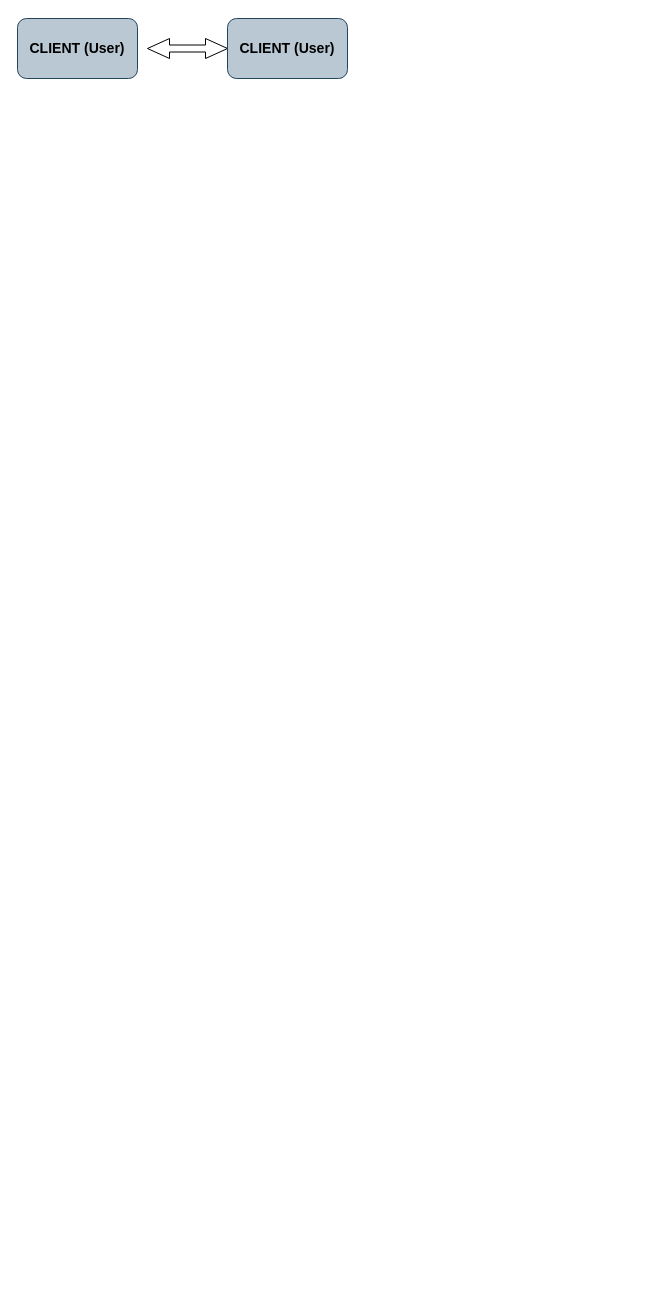
Above: Implementation of Payment Gateway.drawio in COSYBANANA63/Payment-Gateway-Diagram (draw.io), before the change. Source tidied: cells renumbered, new cells numbered last; positions are measured from the earlier drawing's top-left corner, leaving out a move shared by most shapes. Both pictures are drawn from the tidied source at 100%, with x=0, y=0 at pixel (17, 18).
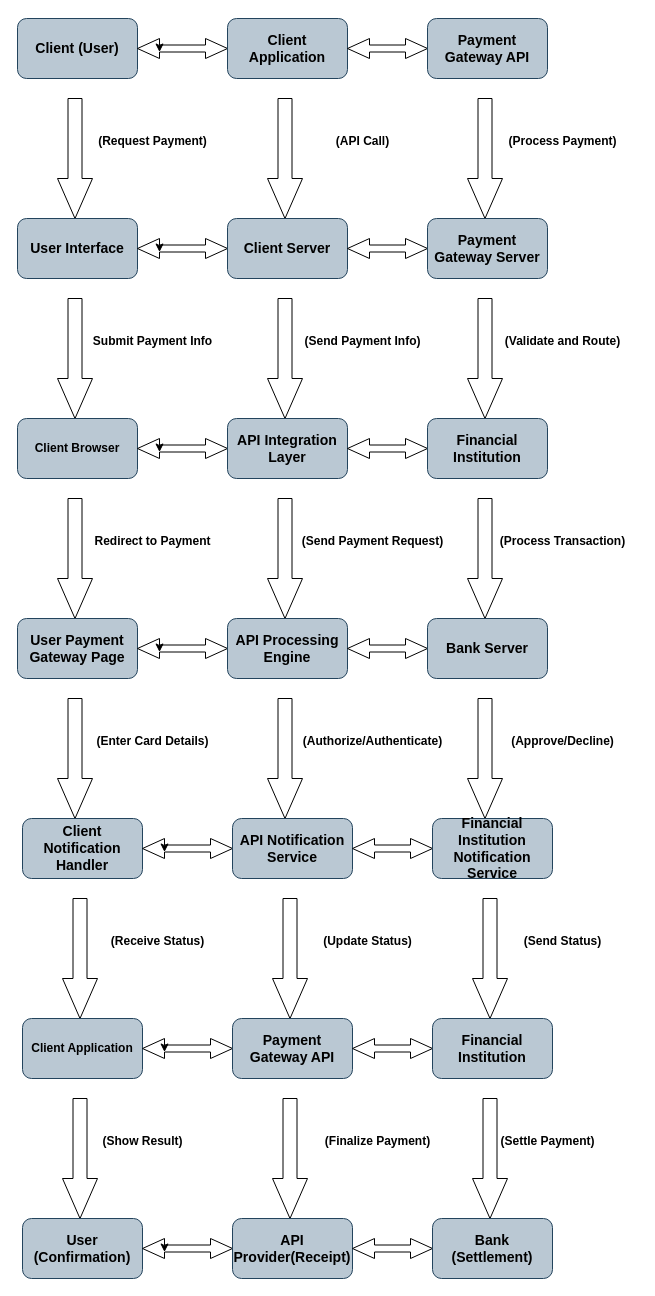
The same page after the edit.

Diff of the diagram source:
```diff
@@
-    <mxCell id="2" value="&lt;h3&gt;CLIENT (User)&lt;/h3&gt;" style="rounded=1;whiteSpace=wrap;html=1;fillColor=#bac8d3;strokeColor=#23445d;" parent="1" vertex="1">
+    <mxCell id="2" value="&lt;h3&gt;Client (User)&lt;/h3&gt;" style="rounded=1;whiteSpace=wrap;html=1;fillColor=#bac8d3;strokeColor=#23445d;" parent="1" vertex="1">
       <mxGeometry width="120" height="60" as="geometry" />
     </mxCell>
     <mxCell id="3" style="html=1;shadow=0;dashed=0;align=center;verticalAlign=middle;shape=mxgraph.arrows2.twoWayArrow;dy=0.65;dx=22;" parent="1" vertex="1">
-      <mxGeometry x="130" y="20" width="80" height="20" as="geometry" />
+      <mxGeometry x="120" y="20" width="90" height="20" as="geometry" />
     </mxCell>
-    <mxCell id="4" value="&lt;h3&gt;CLIENT (User)&lt;/h3&gt;" style="rounded=1;whiteSpace=wrap;html=1;fillColor=#bac8d3;strokeColor=#23445d;" parent="1" vertex="1">
+    <mxCell id="4" value="&lt;h3&gt;Client Application&lt;/h3&gt;" style="rounded=1;whiteSpace=wrap;html=1;fillColor=#bac8d3;strokeColor=#23445d;" parent="1" vertex="1">
       <mxGeometry x="210" width="120" height="60" as="geometry" />
     </mxCell>
+    <mxCell id="5" style="edgeStyle=orthogonalEdgeStyle;rounded=0;orthogonalLoop=1;jettySize=auto;html=1;exitX=0;exitY=0;exitDx=22;exitDy=6.5;exitPerimeter=0;entryX=0;entryY=0;entryDx=22;entryDy=13.5;entryPerimeter=0;" parent="1" edge="1" source="3" target="3">
+      <mxGeometry relative="1" as="geometry" />
+    </mxCell>
+    <mxCell id="6" style="html=1;shadow=0;dashed=0;align=center;verticalAlign=middle;shape=mxgraph.arrows2.twoWayArrow;dy=0.65;dx=22;" parent="1" vertex="1">
+      <mxGeometry x="330" y="20" width="80" height="20" as="geometry" />
+    </mxCell>
+    <mxCell id="7" value="&lt;h3&gt;Payment Gateway API&lt;/h3&gt;" style="rounded=1;whiteSpace=wrap;html=1;fillColor=#bac8d3;strokeColor=#23445d;" parent="1" vertex="1">
+      <mxGeometry x="410" width="120" height="60" as="geometry" />
+    </mxCell>
+    <mxCell id="8" style="html=1;shadow=0;dashed=0;align=center;verticalAlign=middle;shape=mxgraph.arrows2.arrow;dy=0.6;dx=40;direction=south;notch=0;" parent="1" vertex="1">
+      <mxGeometry x="40" y="80" width="35" height="120" as="geometry" />
+    </mxCell>
+    <mxCell id="9" value="&lt;b&gt;(Request Payment)&lt;/b&gt;" style="text;html=1;align=center;verticalAlign=middle;strokeColor=none;fillColor=none;" parent="1" vertex="1">
+      <mxGeometry x="70" y="108" width="130" height="30" as="geometry" />
+    </mxCell>
+    <mxCell id="10" style="html=1;shadow=0;dashed=0;align=center;verticalAlign=middle;shape=mxgraph.arrows2.arrow;dy=0.6;dx=40;direction=south;notch=0;" parent="1" vertex="1">
+      <mxGeometry x="250" y="80" width="35" height="120" as="geometry" />
+    </mxCell>
+    <mxCell id="11" value="&lt;b&gt;(API Call)&lt;/b&gt;" style="text;html=1;align=center;verticalAlign=middle;strokeColor=none;fillColor=none;" parent="1" vertex="1">
+      <mxGeometry x="305" y="108" width="80" height="30" as="geometry" />
+    </mxCell>
+    <mxCell id="12" style="html=1;shadow=0;dashed=0;align=center;verticalAlign=middle;shape=mxgraph.arrows2.arrow;dy=0.6;dx=40;direction=south;notch=0;" parent="1" vertex="1">
+      <mxGeometry x="450" y="80" width="35" height="120" as="geometry" />
+    </mxCell>
+    <mxCell id="13" value="&lt;b&gt;(Process Payment)&lt;/b&gt;" style="text;html=1;align=center;verticalAlign=middle;strokeColor=none;fillColor=none;" parent="1" vertex="1">
+      <mxGeometry x="480" y="108" width="130" height="30" as="geometry" />
+    </mxCell>
+    <mxCell id="14" value="&lt;h3&gt;User Interface&lt;/h3&gt;" style="rounded=1;whiteSpace=wrap;html=1;fillColor=#bac8d3;strokeColor=#23445d;" parent="1" vertex="1">
+      <mxGeometry y="200" width="120" height="60" as="geometry" />
+    </mxCell>
+    <mxCell id="15" style="html=1;shadow=0;dashed=0;align=center;verticalAlign=middle;shape=mxgraph.arrows2.twoWayArrow;dy=0.65;dx=22;" parent="1" vertex="1">
+      <mxGeometry x="120" y="220" width="90" height="20" as="geometry" />
+    </mxCell>
+    <mxCell id="16" value="&lt;h3&gt;Client Server&lt;/h3&gt;" style="rounded=1;whiteSpace=wrap;html=1;fillColor=#bac8d3;strokeColor=#23445d;" parent="1" vertex="1">
+      <mxGeometry x="210" y="200" width="120" height="60" as="geometry" />
+    </mxCell>
+    <mxCell id="17" style="edgeStyle=orthogonalEdgeStyle;rounded=0;orthogonalLoop=1;jettySize=auto;html=1;exitX=0;exitY=0;exitDx=22;exitDy=6.5;exitPerimeter=0;entryX=0;entryY=0;entryDx=22;entryDy=13.5;entryPerimeter=0;" parent="1" edge="1" source="15" target="15">
+      <mxGeometry relative="1" as="geometry" />
+    </mxCell>
+    <mxCell id="18" style="html=1;shadow=0;dashed=0;align=center;verticalAlign=middle;shape=mxgraph.arrows2.twoWayArrow;dy=0.65;dx=22;" parent="1" vertex="1">
+      <mxGeometry x="330" y="220" width="80" height="20" as="geometry" />
+    </mxCell>
+    <mxCell id="19" value="&lt;h3&gt;Payment Gateway Server&lt;/h3&gt;" style="rounded=1;whiteSpace=wrap;html=1;fillColor=#bac8d3;strokeColor=#23445d;" parent="1" vertex="1">
+      <mxGeometry x="410" y="200" width="120" height="60" as="geometry" />
+    </mxCell>
+    <mxCell id="20" style="html=1;shadow=0;dashed=0;align=center;verticalAlign=middle;shape=mxgraph.arrows2.arrow;dy=0.6;dx=40;direction=south;notch=0;" parent="1" vertex="1">
+      <mxGeometry x="40" y="280" width="35" height="120" as="geometry" />
+    </mxCell>
+    <mxCell id="21" value="&lt;b&gt;Submit Payment Info&lt;/b&gt;" style="text;html=1;align=center;verticalAlign=middle;strokeColor=none;fillColor=none;" parent="1" vertex="1">
+      <mxGeometry x="65" y="308" width="140" height="30" as="geometry" />
+    </mxCell>
+    <mxCell id="22" style="html=1;shadow=0;dashed=0;align=center;verticalAlign=middle;shape=mxgraph.arrows2.arrow;dy=0.6;dx=40;direction=south;notch=0;" parent="1" vertex="1">
+      <mxGeometry x="250" y="280" width="35" height="120" as="geometry" />
+    </mxCell>
+    <mxCell id="23" value="&lt;b&gt;(Send Payment Info)&lt;/b&gt;" style="text;html=1;align=center;verticalAlign=middle;strokeColor=none;fillColor=none;" parent="1" vertex="1">
+      <mxGeometry x="275" y="308" width="140" height="30" as="geometry" />
+    </mxCell>
+    <mxCell id="24" style="html=1;shadow=0;dashed=0;align=center;verticalAlign=middle;shape=mxgraph.arrows2.arrow;dy=0.6;dx=40;direction=south;notch=0;" parent="1" vertex="1">
+      <mxGeometry x="450" y="280" width="35" height="120" as="geometry" />
+    </mxCell>
+    <mxCell id="25" value="&lt;b&gt;(Validate and Route)&lt;/b&gt;" style="text;html=1;align=center;verticalAlign=middle;strokeColor=none;fillColor=none;" parent="1" vertex="1">
+      <mxGeometry x="475" y="308" width="140" height="30" as="geometry" />
+    </mxCell>
+    <mxCell id="26" value="&lt;b&gt;Client Browser&lt;/b&gt;" style="rounded=1;whiteSpace=wrap;html=1;fillColor=#bac8d3;strokeColor=#23445d;" parent="1" vertex="1">
+      <mxGeometry y="400" width="120" height="60" as="geometry" />
+    </mxCell>
+    <mxCell id="27" style="html=1;shadow=0;dashed=0;align=center;verticalAlign=middle;shape=mxgraph.arrows2.twoWayArrow;dy=0.65;dx=22;" parent="1" vertex="1">
+      <mxGeometry x="120" y="420" width="90" height="20" as="geometry" />
+    </mxCell>
+    <mxCell id="28" value="&lt;h3&gt;API Integration Layer&lt;/h3&gt;" style="rounded=1;whiteSpace=wrap;html=1;fillColor=#bac8d3;strokeColor=#23445d;" parent="1" vertex="1">
+      <mxGeometry x="210" y="400" width="120" height="60" as="geometry" />
+    </mxCell>
+    <mxCell id="29" style="edgeStyle=orthogonalEdgeStyle;rounded=0;orthogonalLoop=1;jettySize=auto;html=1;exitX=0;exitY=0;exitDx=22;exitDy=6.5;exitPerimeter=0;entryX=0;entryY=0;entryDx=22;entryDy=13.5;entryPerimeter=0;" parent="1" edge="1" source="27" target="27">
+      <mxGeometry relative="1" as="geometry" />
+    </mxCell>
+    <mxCell id="30" style="html=1;shadow=0;dashed=0;align=center;verticalAlign=middle;shape=mxgraph.arrows2.twoWayArrow;dy=0.65;dx=22;" parent="1" vertex="1">
+      <mxGeometry x="330" y="420" width="80" height="20" as="geometry" />
+    </mxCell>
+    <mxCell id="31" value="&lt;h3&gt;Financial Institution&lt;/h3&gt;" style="rounded=1;whiteSpace=wrap;html=1;fillColor=#bac8d3;strokeColor=#23445d;" parent="1" vertex="1">
+      <mxGeometry x="410" y="400" width="120" height="60" as="geometry" />
+    </mxCell>
+    <mxCell id="32" style="html=1;shadow=0;dashed=0;align=center;verticalAlign=middle;shape=mxgraph.arrows2.arrow;dy=0.6;dx=40;direction=south;notch=0;" parent="1" vertex="1">
+      <mxGeometry x="40" y="480" width="35" height="120" as="geometry" />
+    </mxCell>
+    <mxCell id="33" value="&lt;b&gt;Redirect to Payment&lt;/b&gt;" style="text;html=1;align=center;verticalAlign=middle;strokeColor=none;fillColor=none;" parent="1" vertex="1">
+      <mxGeometry x="65" y="508" width="140" height="30" as="geometry" />
+    </mxCell>
+    <mxCell id="34" style="html=1;shadow=0;dashed=0;align=center;verticalAlign=middle;shape=mxgraph.arrows2.arrow;dy=0.6;dx=40;direction=south;notch=0;" parent="1" vertex="1">
+      <mxGeometry x="250" y="480" width="35" height="120" as="geometry" />
+    </mxCell>
+    <mxCell id="35" value="&lt;b&gt;(Send Payment Request)&lt;/b&gt;" style="text;html=1;align=center;verticalAlign=middle;strokeColor=none;fillColor=none;" parent="1" vertex="1">
+      <mxGeometry x="275" y="508" width="160" height="30" as="geometry" />
+    </mxCell>
+    <mxCell id="36" style="html=1;shadow=0;dashed=0;align=center;verticalAlign=middle;shape=mxgraph.arrows2.arrow;dy=0.6;dx=40;direction=south;notch=0;" parent="1" vertex="1">
+      <mxGeometry x="450" y="480" width="35" height="120" as="geometry" />
+    </mxCell>
+    <mxCell id="37" value="&lt;b&gt;(Process Transaction)&lt;/b&gt;" style="text;html=1;align=center;verticalAlign=middle;strokeColor=none;fillColor=none;" parent="1" vertex="1">
+      <mxGeometry x="470" y="508" width="150" height="30" as="geometry" />
+    </mxCell>
+    <mxCell id="38" value="&lt;h3&gt;User Payment Gateway Page&lt;/h3&gt;" style="rounded=1;whiteSpace=wrap;html=1;fillColor=#bac8d3;strokeColor=#23445d;" parent="1" vertex="1">
+      <mxGeometry y="600" width="120" height="60" as="geometry" />
+    </mxCell>
+    <mxCell id="39" style="html=1;shadow=0;dashed=0;align=center;verticalAlign=middle;shape=mxgraph.arrows2.twoWayArrow;dy=0.65;dx=22;" parent="1" vertex="1">
+      <mxGeometry x="120" y="620" width="90" height="20" as="geometry" />
+    </mxCell>
+    <mxCell id="40" value="&lt;h3&gt;API Processing Engine&lt;/h3&gt;" style="rounded=1;whiteSpace=wrap;html=1;fillColor=#bac8d3;strokeColor=#23445d;" parent="1" vertex="1">
+      <mxGeometry x="210" y="600" width="120" height="60" as="geometry" />
+    </mxCell>
+    <mxCell id="41" style="edgeStyle=orthogonalEdgeStyle;rounded=0;orthogonalLoop=1;jettySize=auto;html=1;exitX=0;exitY=0;exitDx=22;exitDy=6.5;exitPerimeter=0;entryX=0;entryY=0;entryDx=22;entryDy=13.5;entryPerimeter=0;" parent="1" edge="1" source="39" target="39">
+      <mxGeometry relative="1" as="geometry" />
+    </mxCell>
+    <mxCell id="42" style="html=1;shadow=0;dashed=0;align=center;verticalAlign=middle;shape=mxgraph.arrows2.twoWayArrow;dy=0.65;dx=22;" parent="1" vertex="1">
+      <mxGeometry x="330" y="620" width="80" height="20" as="geometry" />
+    </mxCell>
+    <mxCell id="43" value="&lt;h3&gt;Bank Server&lt;/h3&gt;" style="rounded=1;whiteSpace=wrap;html=1;fillColor=#bac8d3;strokeColor=#23445d;" parent="1" vertex="1">
+      <mxGeometry x="410" y="600" width="120" height="60" as="geometry" />
+    </mxCell>
+    <mxCell id="44" style="html=1;shadow=0;dashed=0;align=center;verticalAlign=middle;shape=mxgraph.arrows2.arrow;dy=0.6;dx=40;direction=south;notch=0;" parent="1" vertex="1">
+      <mxGeometry x="40" y="680" width="35" height="120" as="geometry" />
+    </mxCell>
+    <mxCell id="45" value="&lt;b&gt;(Enter Card Details)&lt;/b&gt;" style="text;html=1;align=center;verticalAlign=middle;strokeColor=none;fillColor=none;" parent="1" vertex="1">
+      <mxGeometry x="65" y="708" width="140" height="30" as="geometry" />
+    </mxCell>
+    <mxCell id="46" style="html=1;shadow=0;dashed=0;align=center;verticalAlign=middle;shape=mxgraph.arrows2.arrow;dy=0.6;dx=40;direction=south;notch=0;" parent="1" vertex="1">
+      <mxGeometry x="250" y="680" width="35" height="120" as="geometry" />
+    </mxCell>
+    <mxCell id="47" value="&lt;b&gt;(Authorize/Authenticate)&lt;/b&gt;" style="text;html=1;align=center;verticalAlign=middle;strokeColor=none;fillColor=none;" parent="1" vertex="1">
+      <mxGeometry x="275" y="708" width="160" height="30" as="geometry" />
+    </mxCell>
+    <mxCell id="48" style="html=1;shadow=0;dashed=0;align=center;verticalAlign=middle;shape=mxgraph.arrows2.arrow;dy=0.6;dx=40;direction=south;notch=0;" parent="1" vertex="1">
+      <mxGeometry x="450" y="680" width="35" height="120" as="geometry" />
+    </mxCell>
+    <mxCell id="49" value="&lt;b&gt;(Approve/Decline)&lt;/b&gt;" style="text;html=1;align=center;verticalAlign=middle;strokeColor=none;fillColor=none;" parent="1" vertex="1">
+      <mxGeometry x="480" y="708" width="130" height="30" as="geometry" />
+    </mxCell>
+    <mxCell id="50" value="&lt;h3&gt;Client Notification Handler&lt;/h3&gt;" style="rounded=1;whiteSpace=wrap;html=1;fillColor=#bac8d3;strokeColor=#23445d;" parent="1" vertex="1">
+      <mxGeometry x="5" y="800" width="120" height="60" as="geometry" />
+    </mxCell>
+    <mxCell id="51" style="html=1;shadow=0;dashed=0;align=center;verticalAlign=middle;shape=mxgraph.arrows2.twoWayArrow;dy=0.65;dx=22;" parent="1" vertex="1">
+      <mxGeometry x="125" y="820" width="90" height="20" as="geometry" />
+    </mxCell>
+    <mxCell id="52" value="&lt;h3&gt;API Notification Service&lt;/h3&gt;" style="rounded=1;whiteSpace=wrap;html=1;fillColor=#bac8d3;strokeColor=#23445d;" parent="1" vertex="1">
+      <mxGeometry x="215" y="800" width="120" height="60" as="geometry" />
+    </mxCell>
+    <mxCell id="53" style="edgeStyle=orthogonalEdgeStyle;rounded=0;orthogonalLoop=1;jettySize=auto;html=1;exitX=0;exitY=0;exitDx=22;exitDy=6.5;exitPerimeter=0;entryX=0;entryY=0;entryDx=22;entryDy=13.5;entryPerimeter=0;" parent="1" edge="1" source="51" target="51">
+      <mxGeometry relative="1" as="geometry" />
+    </mxCell>
+    <mxCell id="54" style="html=1;shadow=0;dashed=0;align=center;verticalAlign=middle;shape=mxgraph.arrows2.twoWayArrow;dy=0.65;dx=22;" parent="1" vertex="1">
+      <mxGeometry x="335" y="820" width="80" height="20" as="geometry" />
+    </mxCell>
+    <mxCell id="55" value="&lt;h3&gt;Financial Institution Notification Service&lt;/h3&gt;" style="rounded=1;whiteSpace=wrap;html=1;fillColor=#bac8d3;strokeColor=#23445d;" parent="1" vertex="1">
+      <mxGeometry x="415" y="800" width="120" height="60" as="geometry" />
+    </mxCell>
+    <mxCell id="56" style="html=1;shadow=0;dashed=0;align=center;verticalAlign=middle;shape=mxgraph.arrows2.arrow;dy=0.6;dx=40;direction=south;notch=0;" parent="1" vertex="1">
+      <mxGeometry x="45" y="880" width="35" height="120" as="geometry" />
+    </mxCell>
+    <mxCell id="57" value="&lt;b&gt;(Receive Status)&lt;/b&gt;" style="text;html=1;align=center;verticalAlign=middle;strokeColor=none;fillColor=none;" parent="1" vertex="1">
+      <mxGeometry x="80" y="908" width="120" height="30" as="geometry" />
+    </mxCell>
+    <mxCell id="58" style="html=1;shadow=0;dashed=0;align=center;verticalAlign=middle;shape=mxgraph.arrows2.arrow;dy=0.6;dx=40;direction=south;notch=0;" parent="1" vertex="1">
+      <mxGeometry x="255" y="880" width="35" height="120" as="geometry" />
+    </mxCell>
+    <mxCell id="59" value="&lt;b&gt;(Update Status)&lt;/b&gt;" style="text;html=1;align=center;verticalAlign=middle;strokeColor=none;fillColor=none;" parent="1" vertex="1">
+      <mxGeometry x="295" y="908" width="110" height="30" as="geometry" />
+    </mxCell>
+    <mxCell id="60" style="html=1;shadow=0;dashed=0;align=center;verticalAlign=middle;shape=mxgraph.arrows2.arrow;dy=0.6;dx=40;direction=south;notch=0;" parent="1" vertex="1">
+      <mxGeometry x="455" y="880" width="35" height="120" as="geometry" />
+    </mxCell>
+    <mxCell id="61" value="&lt;b&gt;Client Application&lt;/b&gt;" style="rounded=1;whiteSpace=wrap;html=1;fillColor=#bac8d3;strokeColor=#23445d;" parent="1" vertex="1">
+      <mxGeometry x="5" y="1000" width="120" height="60" as="geometry" />
+    </mxCell>
+    <mxCell id="62" style="html=1;shadow=0;dashed=0;align=center;verticalAlign=middle;shape=mxgraph.arrows2.twoWayArrow;dy=0.65;dx=22;" parent="1" vertex="1">
+      <mxGeometry x="125" y="1020" width="90" height="20" as="geometry" />
+    </mxCell>
+    <mxCell id="63" value="&lt;h3&gt;Payment Gateway API&lt;/h3&gt;" style="rounded=1;whiteSpace=wrap;html=1;fillColor=#bac8d3;strokeColor=#23445d;" parent="1" vertex="1">
+      <mxGeometry x="215" y="1000" width="120" height="60" as="geometry" />
+    </mxCell>
+    <mxCell id="64" style="edgeStyle=orthogonalEdgeStyle;rounded=0;orthogonalLoop=1;jettySize=auto;html=1;exitX=0;exitY=0;exitDx=22;exitDy=6.5;exitPerimeter=0;entryX=0;entryY=0;entryDx=22;entryDy=13.5;entryPerimeter=0;" parent="1" edge="1" source="62" target="62">
+      <mxGeometry relative="1" as="geometry" />
+    </mxCell>
+    <mxCell id="65" style="html=1;shadow=0;dashed=0;align=center;verticalAlign=middle;shape=mxgraph.arrows2.twoWayArrow;dy=0.65;dx=22;" parent="1" vertex="1">
+      <mxGeometry x="335" y="1020" width="80" height="20" as="geometry" />
+    </mxCell>
+    <mxCell id="66" value="&lt;h3&gt;Financial Institution&lt;/h3&gt;" style="rounded=1;whiteSpace=wrap;html=1;fillColor=#bac8d3;strokeColor=#23445d;" parent="1" vertex="1">
+      <mxGeometry x="415" y="1000" width="120" height="60" as="geometry" />
+    </mxCell>
+    <mxCell id="67" style="html=1;shadow=0;dashed=0;align=center;verticalAlign=middle;shape=mxgraph.arrows2.arrow;dy=0.6;dx=40;direction=south;notch=0;" parent="1" vertex="1">
+      <mxGeometry x="45" y="1080" width="35" height="120" as="geometry" />
+    </mxCell>
+    <mxCell id="68" value="&lt;b&gt;(Show Result)&lt;/b&gt;" style="text;html=1;align=center;verticalAlign=middle;strokeColor=none;fillColor=none;" parent="1" vertex="1">
+      <mxGeometry x="75" y="1108" width="100" height="30" as="geometry" />
+    </mxCell>
+    <mxCell id="69" style="html=1;shadow=0;dashed=0;align=center;verticalAlign=middle;shape=mxgraph.arrows2.arrow;dy=0.6;dx=40;direction=south;notch=0;" parent="1" vertex="1">
+      <mxGeometry x="255" y="1080" width="35" height="120" as="geometry" />
+    </mxCell>
+    <mxCell id="70" value="&lt;b&gt;(Finalize Payment)&lt;/b&gt;" style="text;html=1;align=center;verticalAlign=middle;strokeColor=none;fillColor=none;" parent="1" vertex="1">
+      <mxGeometry x="295" y="1108" width="130" height="30" as="geometry" />
+    </mxCell>
+    <mxCell id="71" style="html=1;shadow=0;dashed=0;align=center;verticalAlign=middle;shape=mxgraph.arrows2.arrow;dy=0.6;dx=40;direction=south;notch=0;" parent="1" vertex="1">
+      <mxGeometry x="455" y="1080" width="35" height="120" as="geometry" />
+    </mxCell>
+    <mxCell id="72" value="&lt;h3&gt;User (Confirmation)&lt;/h3&gt;" style="rounded=1;whiteSpace=wrap;html=1;fillColor=#bac8d3;strokeColor=#23445d;" parent="1" vertex="1">
+      <mxGeometry x="5" y="1200" width="120" height="60" as="geometry" />
+    </mxCell>
+    <mxCell id="73" style="html=1;shadow=0;dashed=0;align=center;verticalAlign=middle;shape=mxgraph.arrows2.twoWayArrow;dy=0.65;dx=22;" parent="1" vertex="1">
+      <mxGeometry x="125" y="1220" width="90" height="20" as="geometry" />
+    </mxCell>
+    <mxCell id="74" value="&lt;h3&gt;API Provider(Receipt)&lt;/h3&gt;" style="rounded=1;whiteSpace=wrap;html=1;fillColor=#bac8d3;strokeColor=#23445d;" parent="1" vertex="1">
+      <mxGeometry x="215" y="1200" width="120" height="60" as="geometry" />
+    </mxCell>
+    <mxCell id="75" style="edgeStyle=orthogonalEdgeStyle;rounded=0;orthogonalLoop=1;jettySize=auto;html=1;exitX=0;exitY=0;exitDx=22;exitDy=6.5;exitPerimeter=0;entryX=0;entryY=0;entryDx=22;entryDy=13.5;entryPerimeter=0;" parent="1" edge="1" source="73" target="73">
+      <mxGeometry relative="1" as="geometry" />
+    </mxCell>
+    <mxCell id="76" style="html=1;shadow=0;dashed=0;align=center;verticalAlign=middle;shape=mxgraph.arrows2.twoWayArrow;dy=0.65;dx=22;" parent="1" vertex="1">
+      <mxGeometry x="335" y="1220" width="80" height="20" as="geometry" />
+    </mxCell>
+    <mxCell id="77" value="&lt;h3&gt;Bank (Settlement)&lt;/h3&gt;" style="rounded=1;whiteSpace=wrap;html=1;fillColor=#bac8d3;strokeColor=#23445d;" parent="1" vertex="1">
+      <mxGeometry x="415" y="1200" width="120" height="60" as="geometry" />
+    </mxCell>
+    <mxCell id="78" value="&lt;b&gt;(Send Status)&lt;/b&gt;" style="text;html=1;align=center;verticalAlign=middle;strokeColor=none;fillColor=none;" parent="1" vertex="1">
+      <mxGeometry x="495" y="908" width="100" height="30" as="geometry" />
+    </mxCell>
+    <mxCell id="79" value="&lt;b&gt;(Settle Payment)&lt;/b&gt;" style="text;html=1;align=center;verticalAlign=middle;strokeColor=none;fillColor=none;" parent="1" vertex="1">
+      <mxGeometry x="470" y="1108" width="120" height="30" as="geometry" />
+    </mxCell>
```
